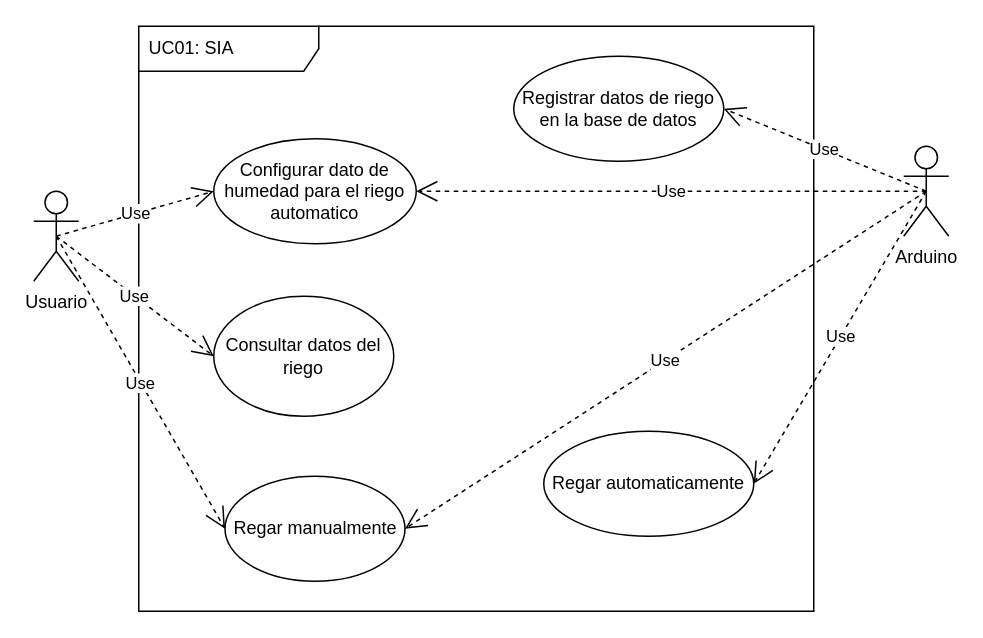
Before: Utilities/UseCaseSIA.drawio in Vladimirjon/SIA, a draw.io diagram. Source tidied: cells renumbered, new cells numbered last; positions are measured from the earlier drawing's top-left corner, leaving out a move shared by most shapes. Both pictures are drawn from the tidied source at 150%, with x=0, y=0 at pixel (33, 26).
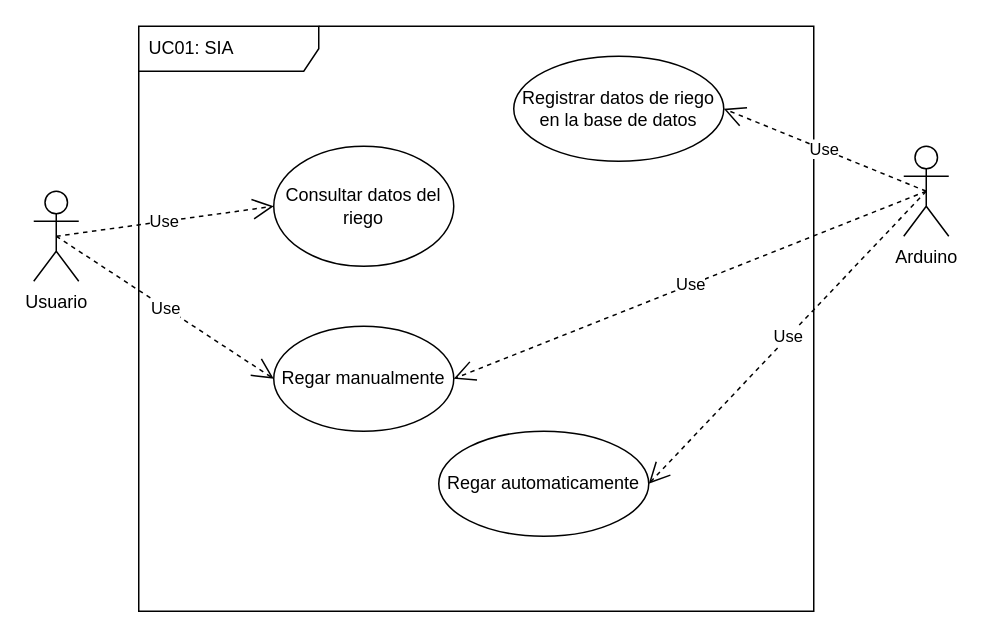
Above is the later version.

What changed in the source:
```diff
@@
 <mxGraphModel>
   <root>
     <mxCell id="0" />
     <mxCell id="1" parent="0" />
     <mxCell id="2" value="UC01: SIA" style="shape=umlFrame;whiteSpace=wrap;html=1;width=120;height=30;boundedLbl=1;verticalAlign=middle;align=left;spacingLeft=5;" parent="1" vertex="1">
       <mxGeometry x="70" width="450" height="390" as="geometry" />
     </mxCell>
-    <mxCell id="3" value="Configurar dato de humedad para el riego automatico" style="ellipse;whiteSpace=wrap;html=1;" parent="1" vertex="1">
-      <mxGeometry x="120" y="75" width="135" height="70" as="geometry" />
-    </mxCell>
     <mxCell id="4" value="Registrar datos de riego en la base de datos" style="ellipse;whiteSpace=wrap;html=1;" parent="1" vertex="1">
       <mxGeometry x="320" y="20" width="140" height="70" as="geometry" />
     </mxCell>
     <mxCell id="5" value="Usuario" style="shape=umlActor;verticalLabelPosition=bottom;verticalAlign=top;html=1;" parent="1" vertex="1">
       <mxGeometry y="110" width="30" height="60" as="geometry" />
     </mxCell>
     <mxCell id="6" value="Arduino" style="shape=umlActor;verticalLabelPosition=bottom;verticalAlign=top;html=1;" parent="1" vertex="1">
       <mxGeometry x="580" y="80" width="30" height="60" as="geometry" />
     </mxCell>
     <mxCell id="7" value="Consultar datos del riego" style="ellipse;whiteSpace=wrap;html=1;" parent="1" vertex="1">
-      <mxGeometry x="120" y="180" width="120" height="80" as="geometry" />
+      <mxGeometry x="160" y="80" width="120" height="80" as="geometry" />
     </mxCell>
     <mxCell id="8" value="Regar manualmente" style="ellipse;whiteSpace=wrap;html=1;" parent="1" vertex="1">
-      <mxGeometry x="127.5" y="300" width="120" height="70" as="geometry" />
+      <mxGeometry x="160" y="200" width="120" height="70" as="geometry" />
     </mxCell>
     <mxCell id="9" value="Regar automaticamente" style="ellipse;whiteSpace=wrap;html=1;" parent="1" vertex="1">
-      <mxGeometry x="340" y="270" width="140" height="70" as="geometry" />
+      <mxGeometry x="270" y="270" width="140" height="70" as="geometry" />
     </mxCell>
-    <mxCell id="10" value="Use" style="endArrow=open;endSize=12;dashed=1;html=1;exitX=0.5;exitY=0.5;exitDx=0;exitDy=0;exitPerimeter=0;entryX=0;entryY=0.5;entryDx=0;entryDy=0;" parent="1" edge="1" source="5" target="3">
-      <mxGeometry relative="1" as="geometry" />
-    </mxCell>
     <mxCell id="11" value="Use" style="endArrow=open;endSize=12;dashed=1;html=1;exitX=0.5;exitY=0.5;exitDx=0;exitDy=0;exitPerimeter=0;entryX=0;entryY=0.5;entryDx=0;entryDy=0;" parent="1" edge="1" source="5" target="7">
       <mxGeometry relative="1" as="geometry" />
     </mxCell>
     <mxCell id="12" value="Use" style="endArrow=open;endSize=12;dashed=1;html=1;exitX=0.5;exitY=0.5;exitDx=0;exitDy=0;exitPerimeter=0;entryX=0;entryY=0.5;entryDx=0;entryDy=0;" parent="1" edge="1" source="5" target="8">
       <mxGeometry relative="1" as="geometry" />
     </mxCell>
     <mxCell id="13" value="Use" style="endArrow=open;endSize=12;dashed=1;html=1;entryX=1;entryY=0.5;entryDx=0;entryDy=0;exitX=0.5;exitY=0.5;exitDx=0;exitDy=0;exitPerimeter=0;" parent="1" edge="1" source="6" target="4">
       <mxGeometry relative="1" as="geometry" />
     </mxCell>
     <mxCell id="14" value="Use" style="endArrow=open;endSize=12;dashed=1;html=1;exitX=0.5;exitY=0.5;exitDx=0;exitDy=0;exitPerimeter=0;entryX=1;entryY=0.5;entryDx=0;entryDy=0;" parent="1" edge="1" source="6" target="9">
       <mxGeometry relative="1" as="geometry" />
     </mxCell>
-    <mxCell id="15" value="Use" style="endArrow=open;endSize=12;dashed=1;html=1;exitX=0.5;exitY=0.5;exitDx=0;exitDy=0;exitPerimeter=0;entryX=1;entryY=0.5;entryDx=0;entryDy=0;" parent="1" edge="1" source="6" target="3">
-      <mxGeometry relative="1" as="geometry" />
-    </mxCell>
     <mxCell id="16" value="Use" style="endArrow=open;endSize=12;dashed=1;html=1;exitX=0.5;exitY=0.5;exitDx=0;exitDy=0;exitPerimeter=0;entryX=1;entryY=0.5;entryDx=0;entryDy=0;" parent="1" edge="1" source="6" target="8">
       <mxGeometry relative="1" as="geometry" />
     </mxCell>
   </root>
 </mxGraphModel>
```
